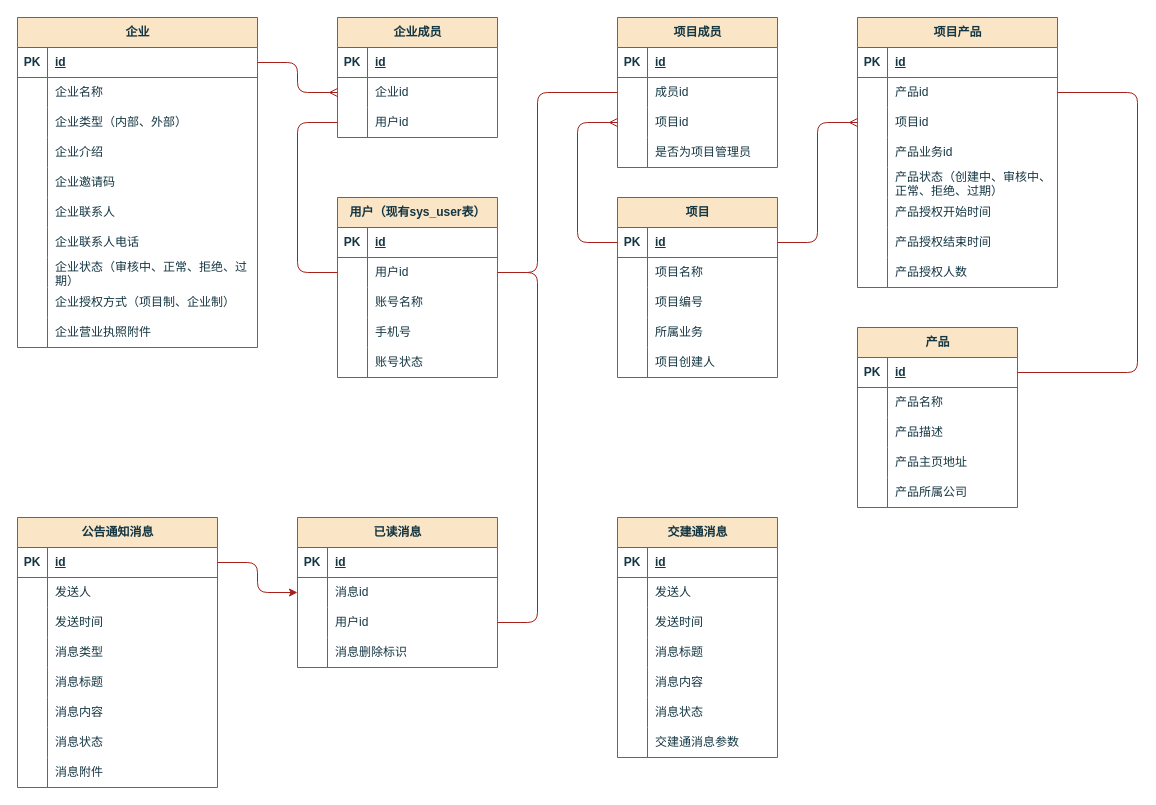
Qunz/drawio keeps this draw.io diagram as page "E-R图" (1 of 3) of others/产品中心.drawio. Above is the earlier version. Source tidied: cells renumbered, new cells numbered last; positions are measured from the earlier drawing's top-left corner, leaving out a move shared by most shapes. Both pictures are drawn from the tidied source at 100%, with x=0, y=0 at pixel (17, 17).
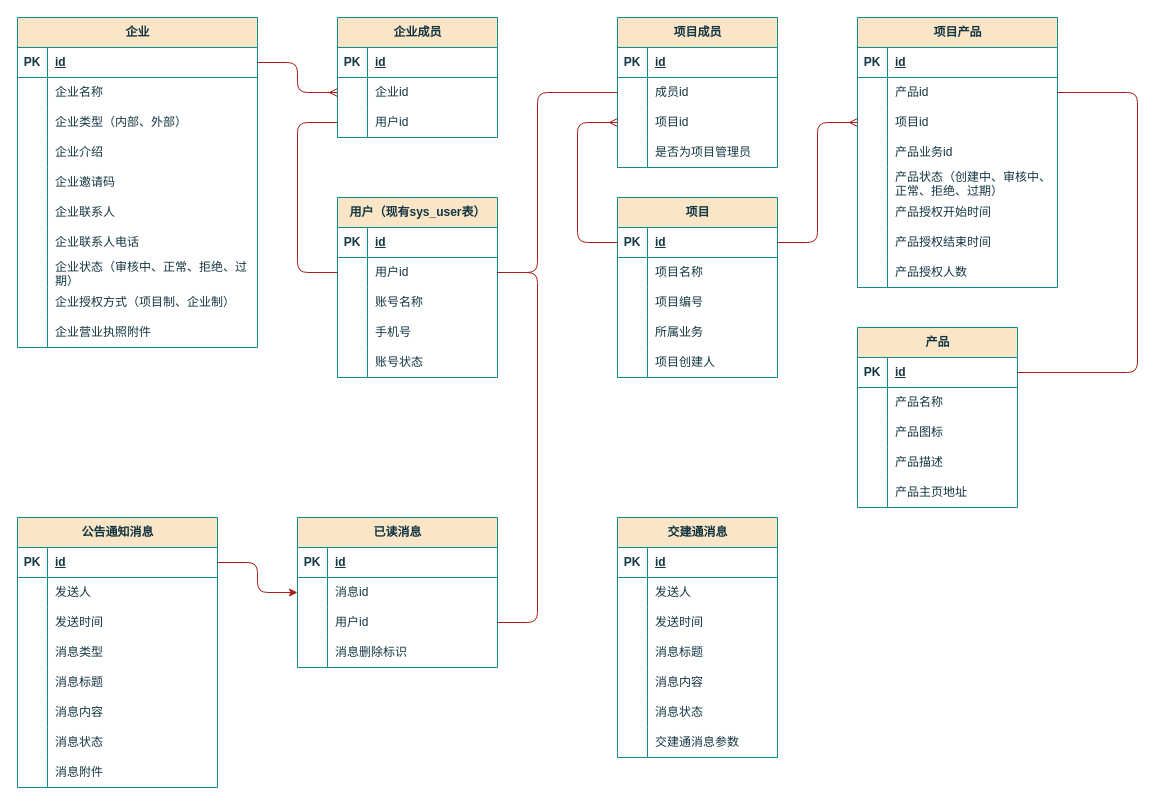
Above is the later version.

Commit message:
更新产品中心.drawio

The change refers to these unchanged cells:
```xml
<mxCell id="125" value="产品" style="shape=table;startSize=30;childLayout=tableLayout;rowLines=0;fontStyle=1;align=center;html=1;labelBackgroundColor=none;fillColor=#FAE5C7;strokeColor=#0F8B8D;fontColor=#143642;" parent="1" vertex="1">
  <mxGeometry x="840" y="310" width="160" height="180" as="geometry" />
</mxCell>
```

What changed in the source:
```diff
@@
+    <mxCell id="197" style="shape=tableRow;horizontal=0;startSize=0;swimlaneHead=0;swimlaneBody=0;fillColor=none;top=0;left=0;right=0;bottom=0;labelBackgroundColor=none;strokeColor=#0F8B8D;fontColor=#143642;" parent="125" vertex="1">
+      <mxGeometry y="90" width="160" height="30" as="geometry" />
+    </mxCell>
+    <mxCell id="139" style="shape=partialRectangle;fillColor=none;top=0;left=0;bottom=0;right=0;overflow=hidden;whiteSpace=wrap;html=1;labelBackgroundColor=none;strokeColor=#0F8B8D;fontColor=#143642;" parent="197" vertex="1">
+      <mxGeometry width="30" height="30" as="geometry" />
+    </mxCell>
+    <mxCell id="198" value="产品图标" style="shape=partialRectangle;fillColor=none;top=0;left=0;bottom=0;right=0;align=left;spacingLeft=6;overflow=hidden;whiteSpace=wrap;html=1;labelBackgroundColor=none;strokeColor=#0F8B8D;fontColor=#143642;" parent="197" vertex="1">
+      <mxGeometry x="30" width="130" height="30" as="geometry" />
+    </mxCell>
     <mxCell id="132" style="shape=tableRow;horizontal=0;startSize=0;swimlaneHead=0;swimlaneBody=0;fillColor=none;top=0;left=0;right=0;bottom=0;labelBackgroundColor=none;strokeColor=#0F8B8D;fontColor=#143642;" parent="125" vertex="1">
-      <mxGeometry y="90" width="160" height="30" as="geometry" />
+      <mxGeometry y="120" width="160" height="30" as="geometry" />
     </mxCell>
@@
     <mxCell id="135" style="shape=tableRow;horizontal=0;startSize=0;swimlaneHead=0;swimlaneBody=0;fillColor=none;top=0;left=0;right=0;bottom=0;labelBackgroundColor=none;strokeColor=#0F8B8D;fontColor=#143642;" parent="125" vertex="1">
-      <mxGeometry y="120" width="160" height="30" as="geometry" />
+      <mxGeometry y="150" width="160" height="30" as="geometry" />
     </mxCell>
@@
-    <mxCell id="138" style="shape=tableRow;horizontal=0;startSize=0;swimlaneHead=0;swimlaneBody=0;fillColor=none;top=0;left=0;right=0;bottom=0;labelBackgroundColor=none;strokeColor=#0F8B8D;fontColor=#143642;" parent="125" vertex="1">
-      <mxGeometry y="150" width="160" height="30" as="geometry" />
-    </mxCell>
-    <mxCell id="139" style="shape=partialRectangle;fillColor=none;top=0;left=0;bottom=0;right=0;overflow=hidden;whiteSpace=wrap;html=1;labelBackgroundColor=none;strokeColor=#0F8B8D;fontColor=#143642;" parent="138" vertex="1">
-      <mxGeometry width="30" height="30" as="geometry" />
-    </mxCell>
-    <mxCell id="140" value="产品所属公司" style="shape=partialRectangle;fillColor=none;top=0;left=0;bottom=0;right=0;align=left;spacingLeft=6;overflow=hidden;whiteSpace=wrap;html=1;labelBackgroundColor=none;strokeColor=#0F8B8D;fontColor=#143642;" parent="138" vertex="1">
-      <mxGeometry x="30" width="130" height="30" as="geometry" />
-    </mxCell>
```
